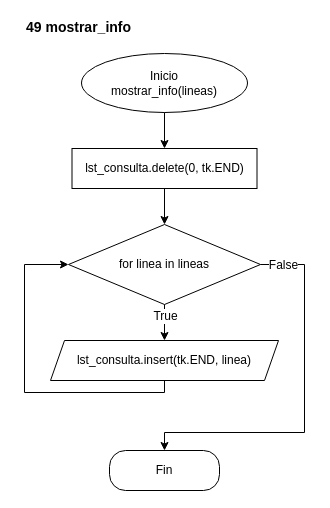
Earlier version of the draw.io diagram page "49 mostrar_info" (2 of 21) of Mini_Proyecto_2/Diagramas_Flujo/Diagramas_Mini_Proyecto_2.drawio (MichaelNavAch/Miniproyectos-Fund.-Algoritmos-y-Progam.). Source tidied: cells renumbered, new cells numbered last; positions are measured from the earlier drawing's top-left corner, leaving out a move shared by most shapes. Both pictures are drawn from the tidied source at 100%, with x=0, y=0 at pixel (24, 17).
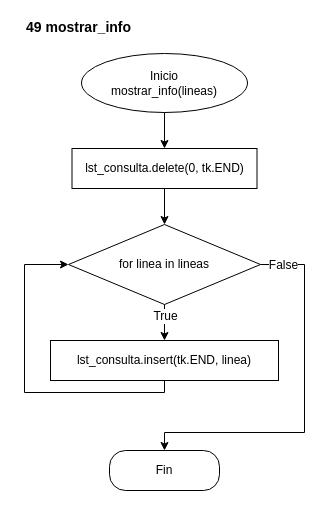
The same diagram, later.

The edit, as a diff of the source:
```diff
@@
 <mxGraphModel>
   <root>
     <mxCell id="0" />
     <mxCell id="1" parent="0" />
     <mxCell id="2" value="49 mostrar_info" style="text;html=1;align=left;verticalAlign=middle;fontStyle=1;fontSize=14;fontFamily=Helvetica;fontColor=#000000;" parent="1" vertex="1">
       <mxGeometry width="280" height="20" as="geometry" />
     </mxCell>
     <mxCell id="3" value="Inicio&lt;br&gt;mostrar_info(lineas)" style="ellipse;whiteSpace=wrap;html=1;fontFamily=Helvetica;fontSize=12;fillColor=#FFFFFF;strokeColor=#000000;fontColor=#000000;" parent="1" vertex="1">
       <mxGeometry x="57" y="36" width="166" height="59" as="geometry" />
     </mxCell>
     <mxCell id="4" value="lst_consulta.delete(0, tk.END)" style="rounded=0;whiteSpace=wrap;html=1;fontFamily=Helvetica;fontSize=12;fillColor=#FFFFFF;strokeColor=#000000;fontColor=#000000;" parent="1" vertex="1">
       <mxGeometry x="47.5" y="131" width="185" height="40" as="geometry" />
     </mxCell>
     <mxCell id="5" value="for linea in lineas" style="rhombus;whiteSpace=wrap;html=1;fontFamily=Helvetica;fontSize=12;fillColor=#FFFFFF;strokeColor=#000000;fontColor=#000000;" parent="1" vertex="1">
       <mxGeometry x="44" y="207" width="192" height="80" as="geometry" />
     </mxCell>
-    <mxCell id="6" value="lst_consulta.insert(tk.END, linea)" style="shape=parallelogram;perimeter=parallelogramPerimeter;whiteSpace=wrap;html=1;fixedSize=1;size=14;fontFamily=Helvetica;fontSize=12;fillColor=#FFFFFF;strokeColor=#000000;fontColor=#000000;" parent="1" vertex="1">
+    <mxCell id="6" value="lst_consulta.insert(tk.END, linea)" style="rounded=0;whiteSpace=wrap;html=1;fontFamily=Helvetica;fontSize=12;fillColor=#FFFFFF;strokeColor=#000000;fontColor=#000000;" parent="1" vertex="1">
       <mxGeometry x="26" y="323" width="228" height="40" as="geometry" />
     </mxCell>
     <mxCell id="7" value="Fin" style="rounded=1;whiteSpace=wrap;html=1;arcSize=40;fontFamily=Helvetica;fontSize=12;fillColor=#FFFFFF;strokeColor=#000000;fontColor=#000000;" parent="1" vertex="1">
       <mxGeometry x="85" y="433" width="110" height="40" as="geometry" />
     </mxCell>
     <mxCell id="8" style="edgeStyle=none;html=1;rounded=0;endArrow=classic;endFill=1;strokeColor=#000000;fontColor=#000000;fontFamily=Helvetica;fontSize=12;labelBackgroundColor=#FFFFFF;exitX=0.5;exitY=1;exitDx=0;exitDy=0;entryX=0.5;entryY=0;entryDx=0;entryDy=0;" parent="1" edge="1" source="3" target="4">
       <mxGeometry relative="1" as="geometry" />
     </mxCell>
     <mxCell id="9" style="edgeStyle=none;html=1;rounded=0;endArrow=classic;endFill=1;strokeColor=#000000;fontColor=#000000;fontFamily=Helvetica;fontSize=12;labelBackgroundColor=#FFFFFF;exitX=0.5;exitY=1;exitDx=0;exitDy=0;entryX=0.5;entryY=0;entryDx=0;entryDy=0;" parent="1" edge="1" source="4" target="5">
       <mxGeometry relative="1" as="geometry" />
     </mxCell>
     <mxCell id="10" style="edgeStyle=none;html=1;rounded=0;endArrow=classic;endFill=1;strokeColor=#000000;fontColor=#000000;fontFamily=Helvetica;fontSize=12;labelBackgroundColor=#FFFFFF;exitX=0.5;exitY=1;exitDx=0;exitDy=0;entryX=0.5;entryY=0;entryDx=0;entryDy=0;" parent="1" edge="1" source="5" target="6">
       <mxGeometry relative="1" as="geometry" />
     </mxCell>
     <mxCell id="11" value="True" style="edgeLabel;html=1;align=center;verticalAlign=middle;fontFamily=Helvetica;fontSize=12;labelBackgroundColor=#FFFFFF;fontColor=#000000;" parent="10" vertex="1">
       <mxGeometry x="-0.39" relative="1" as="geometry" />
     </mxCell>
     <mxCell id="12" style="edgeStyle=none;html=1;rounded=0;endArrow=classic;endFill=1;strokeColor=#000000;fontColor=#000000;fontFamily=Helvetica;fontSize=12;labelBackgroundColor=#FFFFFF;exitX=0.5;exitY=1;exitDx=0;exitDy=0;entryX=0;entryY=0.5;entryDx=0;entryDy=0;" parent="1" edge="1" source="6" target="5">
       <mxGeometry relative="1" as="geometry">
         <Array as="points">
           <mxPoint x="140" y="375" />
           <mxPoint y="375" />
           <mxPoint y="247" />
         </Array>
       </mxGeometry>
     </mxCell>
     <mxCell id="13" style="edgeStyle=none;html=1;rounded=0;endArrow=classic;endFill=1;strokeColor=#000000;fontColor=#000000;fontFamily=Helvetica;fontSize=12;labelBackgroundColor=#FFFFFF;exitX=1;exitY=0.5;exitDx=0;exitDy=0;entryX=0.5;entryY=0;entryDx=0;entryDy=0;" parent="1" edge="1" source="5" target="7">
       <mxGeometry relative="1" as="geometry">
         <Array as="points">
           <mxPoint x="280" y="247" />
           <mxPoint x="280" y="415" />
           <mxPoint x="140" y="415" />
         </Array>
       </mxGeometry>
     </mxCell>
     <mxCell id="14" value="False" style="edgeLabel;html=1;align=center;verticalAlign=middle;fontFamily=Helvetica;fontSize=12;labelBackgroundColor=#FFFFFF;fontColor=#000000;" parent="13" vertex="1">
       <mxGeometry x="-0.88" relative="1" as="geometry" />
     </mxCell>
   </root>
 </mxGraphModel>
```
